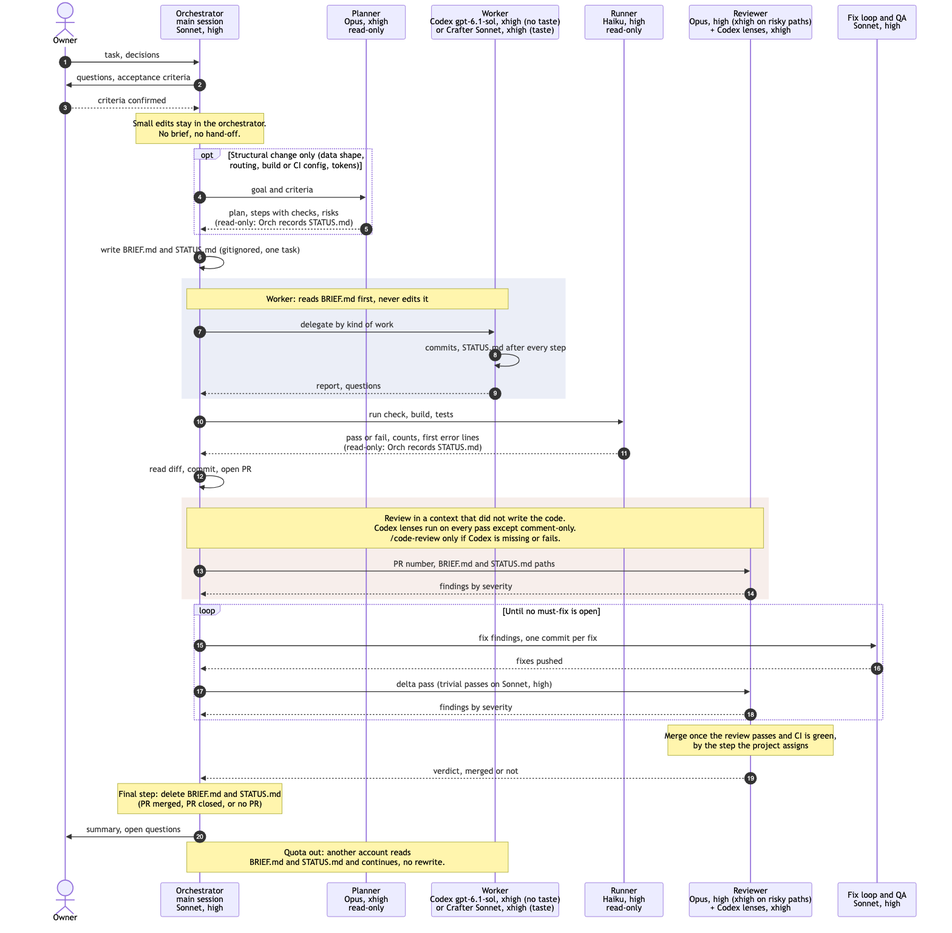
Earlier version of the Mermaid export diagram/routing.png (ViacheslavDanilov/agent-routing). Its source is kept beside it as diagram/routing.mmd.
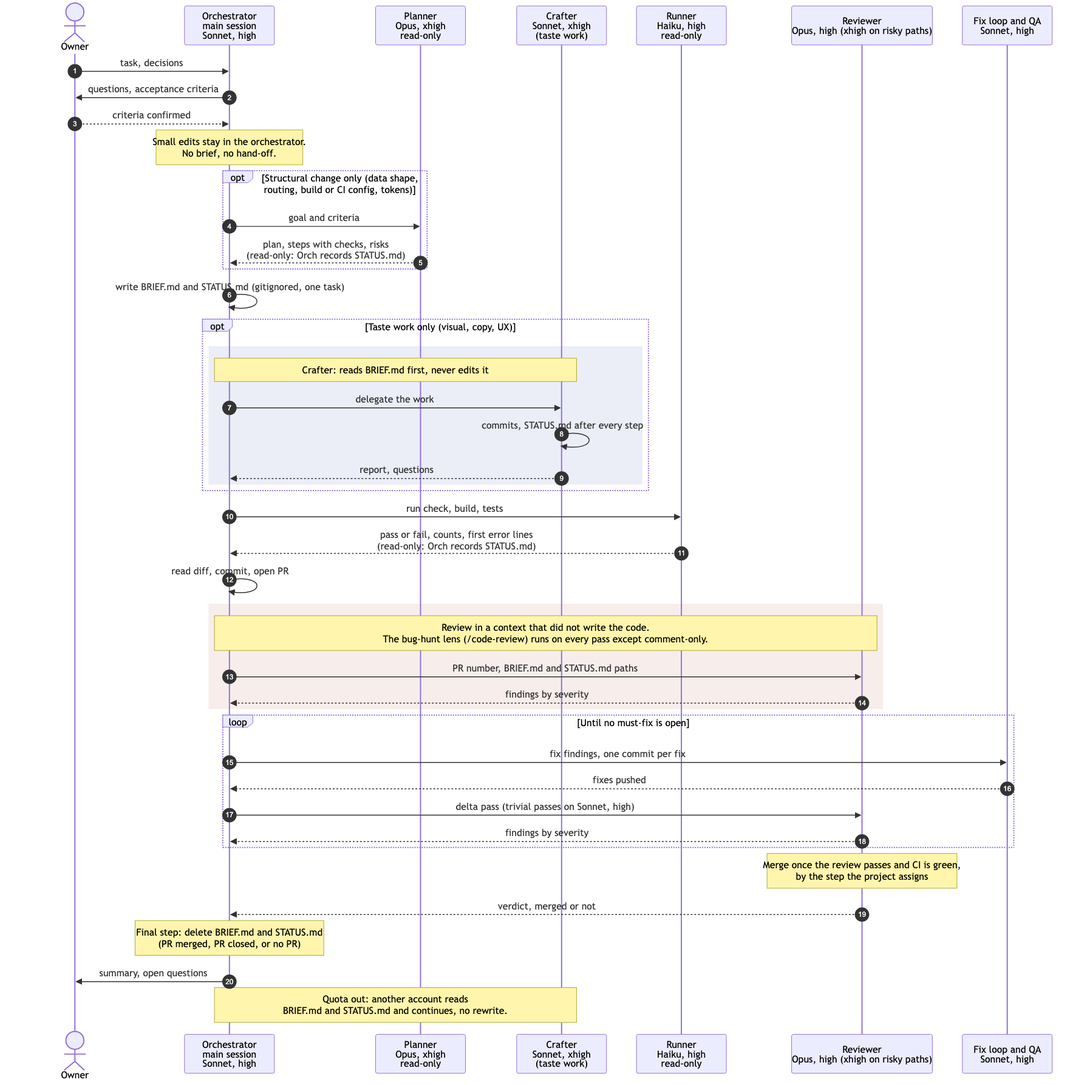
After the commit.

Commit message:
docs: remove Codex from the routing kit

The edit, as a diff of the source:
```diff
@@ -3,9 +3,9 @@
     actor Owner
     participant Orch as Orchestrator<br/>main session<br/>Sonnet, high
     participant Plan as Planner<br/>Opus, xhigh<br/>read-only
-    participant Work as Worker<br/>Codex gpt-6.1-sol, xhigh (no taste)<br/>or Crafter Sonnet, xhigh (taste)
+    participant Craft as Crafter<br/>Sonnet, xhigh<br/>(taste work)
     participant Run as Runner<br/>Haiku, high<br/>read-only
-    participant Rev as Reviewer<br/>Opus, high (xhigh on risky paths)<br/>+ Codex lenses, xhigh
+    participant Rev as Reviewer<br/>Opus, high (xhigh on risky paths)
     participant Fix as Fix loop and QA<br/>Sonnet, high
 
     Owner->>Orch: task, decisions
@@ -21,11 +21,13 @@
 
     Orch->>Orch: write BRIEF.md and STATUS.md (gitignored, one task)
 
-    rect rgba(120, 140, 200, 0.15)
-        Note over Orch,Work: Worker: reads BRIEF.md first, never edits it
-        Orch->>Work: delegate by kind of work
-        Work->>Work: commits, STATUS.md after every step
-        Work-->>Orch: report, questions
+    opt Taste work only (visual, copy, UX)
+        rect rgba(120, 140, 200, 0.15)
+            Note over Orch,Craft: Crafter: reads BRIEF.md first, never edits it
+            Orch->>Craft: delegate the work
+            Craft->>Craft: commits, STATUS.md after every step
+            Craft-->>Orch: report, questions
+        end
     end
 
     Orch->>Run: run check, build, tests
@@ -34,7 +36,7 @@
     Orch->>Orch: read diff, commit, open PR
 
     rect rgba(200, 140, 120, 0.15)
-        Note over Orch,Rev: Review in a context that did not write the code.<br/>Codex lenses run on every pass except comment-only.<br/>/code-review only if Codex is missing or fails.
+        Note over Orch,Rev: Review in a context that did not write the code.<br/>The bug-hunt lens (/code-review) runs on every pass except comment-only.
         Orch->>Rev: PR number, BRIEF.md and STATUS.md paths
         Rev-->>Orch: findings by severity
     end
@@ -51,4 +53,4 @@
     Note over Orch: Final step: delete BRIEF.md and STATUS.md<br/>(PR merged, PR closed, or no PR)
     Orch->>Owner: summary, open questions
 
-    Note over Orch,Work: Quota out: another account reads<br/>BRIEF.md and STATUS.md and continues, no rewrite.
+    Note over Orch,Craft: Quota out: another account reads<br/>BRIEF.md and STATUS.md and continues, no rewrite.
```
